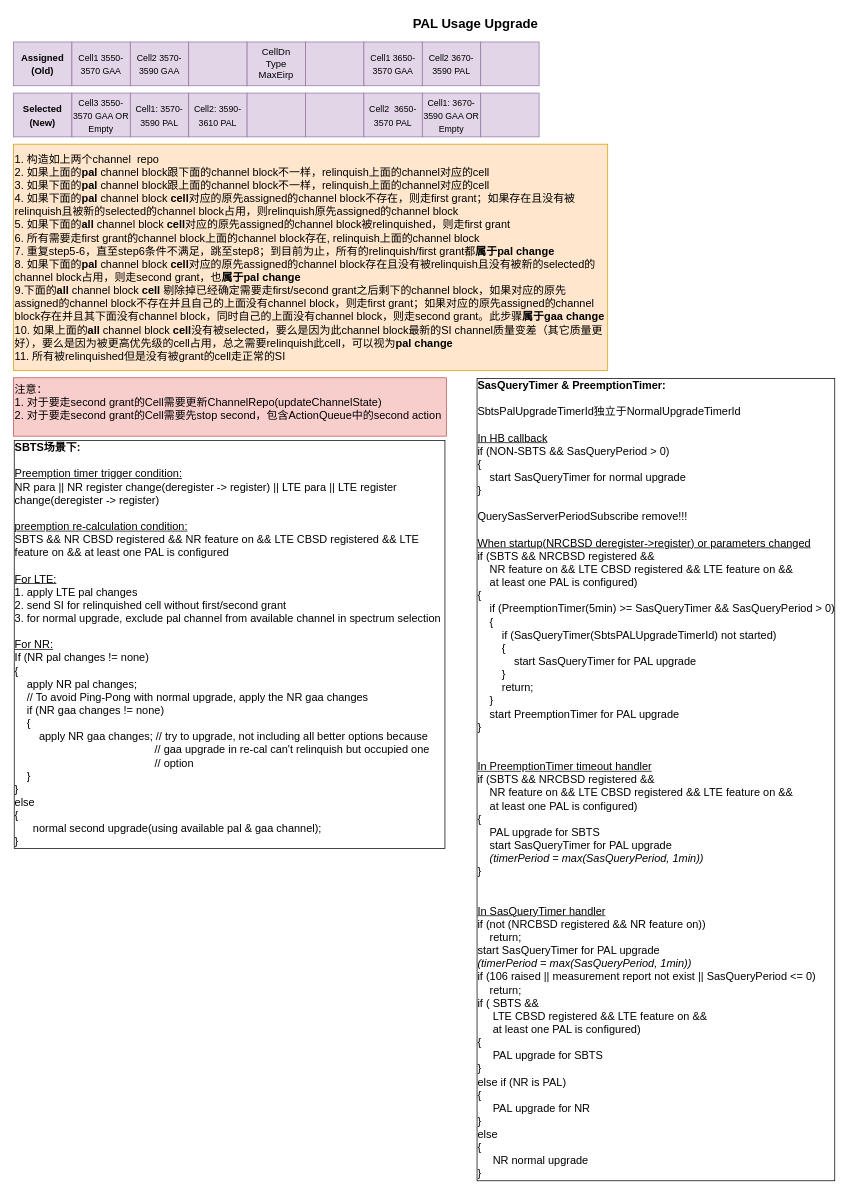
The draw.io diagram Pal_Change_Algorithm.drawio in xdlhzdh/drawio, before the edit. Source tidied: cells renumbered, new cells numbered last; positions are measured from the earlier drawing's top-left corner, leaving out a move shared by most shapes. Both pictures are drawn from the tidied source at 73%, with x=0, y=0 at pixel (12, 12).
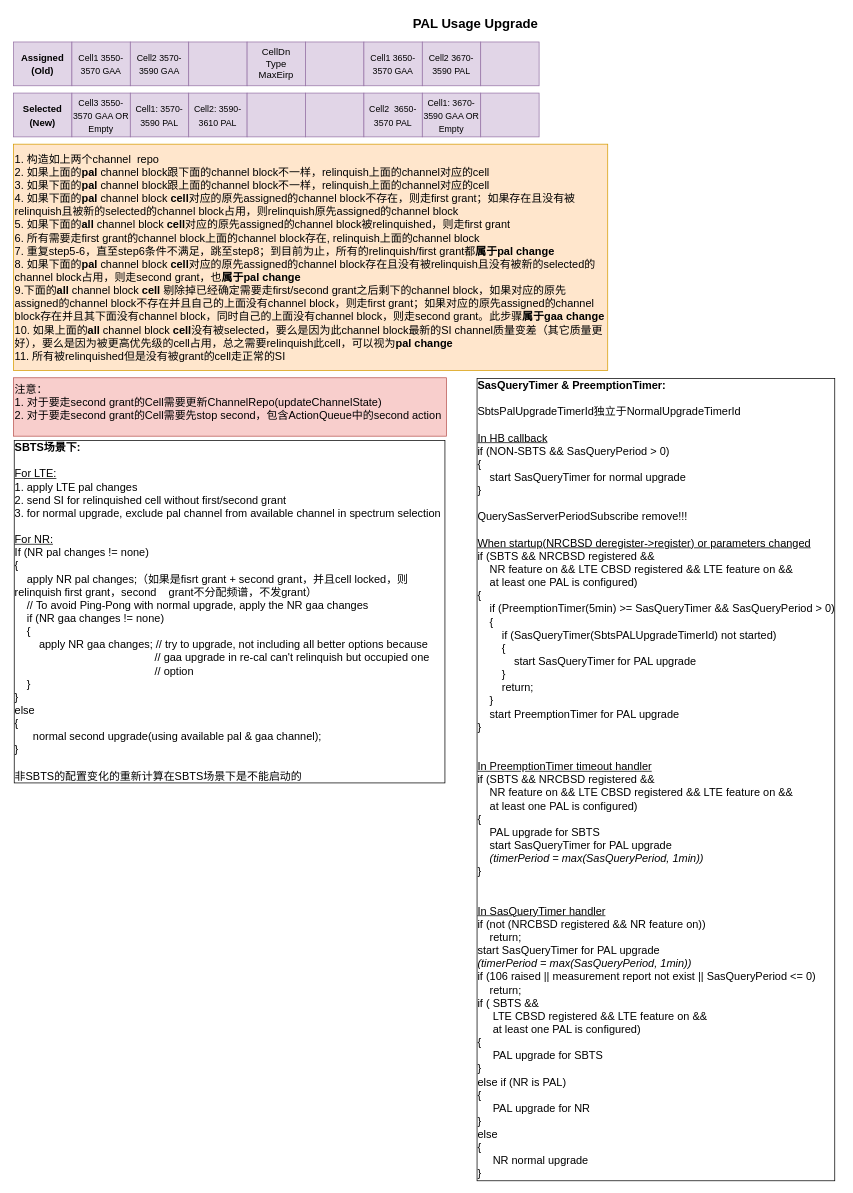
The same diagram, later.

The edit, as a diff of the source:
```diff
@@
-    <mxCell id="23" value="&lt;font style=&quot;font-size: 15px;&quot;&gt;&lt;font style=&quot;font-size: 15px;&quot;&gt;&lt;b style=&quot;&quot;&gt;SBTS场景下:&lt;br&gt;&lt;/b&gt;&lt;br&gt;&lt;u&gt;Preemption timer trigger condition:&lt;/u&gt;&lt;br&gt;NR para || NR register change(deregister -&amp;gt; register) || LTE para || LTE register change(deregister -&amp;gt; register)&lt;br&gt;&lt;br&gt;&lt;u&gt;preemption re-calculation condition:&lt;/u&gt;&lt;br&gt;SBTS &amp;amp;&amp;amp; NR CBSD registered &amp;amp;&amp;amp; NR feature on &amp;amp;&amp;amp; LTE CBSD registered &amp;amp;&amp;amp; LTE feature on &amp;amp;&amp;amp; at least one PAL is configured&lt;br style=&quot;&quot;&gt;&lt;br&gt;&lt;u style=&quot;&quot;&gt;For LTE:&lt;/u&gt;&lt;br style=&quot;&quot;&gt;1. apply LTE pal changes&lt;br style=&quot;&quot;&gt;2. send SI for relinquished cell without first/second grant&lt;br style=&quot;&quot;&gt;3. for normal upgrade, exclude pal channel from available channel in spectrum selection&amp;nbsp;&lt;br style=&quot;&quot;&gt;&lt;br style=&quot;&quot;&gt;&lt;u style=&quot;&quot;&gt;For NR:&lt;/u&gt;&lt;/font&gt;&lt;br style=&quot;&quot;&gt;If (NR pal changes != none)&lt;br style=&quot;&quot;&gt;{&lt;br style=&quot;&quot;&gt;&amp;nbsp; &amp;nbsp; apply NR pal changes;&lt;br&gt;&amp;nbsp; &amp;nbsp; // To avoid Ping-Pong with normal upgrade, apply the&amp;nbsp;NR gaa changes&lt;br style=&quot;&quot;&gt;&amp;nbsp; &amp;nbsp; if (NR gaa changes != none)&lt;br style=&quot;&quot;&gt;&amp;nbsp; &amp;nbsp; {&lt;br style=&quot;&quot;&gt;&amp;nbsp; &amp;nbsp; &amp;nbsp; &amp;nbsp; apply NR gaa changes; // try to upgrade, not including all better options because&amp;nbsp;&lt;br&gt;&amp;nbsp; &amp;nbsp; &amp;nbsp; &amp;nbsp; &amp;nbsp; &amp;nbsp; &amp;nbsp; &amp;nbsp; &amp;nbsp; &amp;nbsp; &amp;nbsp; &amp;nbsp; &amp;nbsp; &amp;nbsp; &amp;nbsp; &amp;nbsp; &amp;nbsp; &amp;nbsp; &amp;nbsp; &amp;nbsp; &amp;nbsp; &amp;nbsp; &amp;nbsp; // gaa upgrade in re-cal can't relinquish but occupied one&amp;nbsp; &amp;nbsp; &amp;nbsp; &amp;nbsp; &amp;nbsp; &amp;nbsp; &amp;nbsp; &amp;nbsp; &amp;nbsp; &amp;nbsp; &amp;nbsp; &amp;nbsp; &amp;nbsp; &amp;nbsp; &amp;nbsp; &amp;nbsp; &amp;nbsp; &amp;nbsp; &amp;nbsp; &amp;nbsp; &amp;nbsp; &amp;nbsp; &amp;nbsp; &amp;nbsp; &amp;nbsp; &amp;nbsp; // option&lt;br style=&quot;&quot;&gt;&amp;nbsp; &amp;nbsp; }&lt;br style=&quot;&quot;&gt;}&lt;br style=&quot;&quot;&gt;else&lt;br style=&quot;&quot;&gt;{&lt;br style=&quot;&quot;&gt;&amp;nbsp; &amp;nbsp; &amp;nbsp; normal second upgrade(using available pal &amp;amp; gaa channel);&lt;br style=&quot;&quot;&gt;}&lt;/font&gt;" style="text;html=1;strokeColor=none;fillColor=none;align=left;verticalAlign=top;whiteSpace=wrap;rounded=0;fontSize=14;fontFamily=Helvetica;labelBorderColor=default;labelBackgroundColor=none;sketch=0;shadow=0;glass=0;" parent="1" vertex="1">
-      <mxGeometry x="-0.5" y="579" width="593" height="580" as="geometry" />
+    <mxCell id="23" value="&lt;font style=&quot;font-size: 15px;&quot;&gt;&lt;font style=&quot;font-size: 15px;&quot;&gt;&lt;b style=&quot;&quot;&gt;SBTS场景下:&lt;/b&gt;&lt;br style=&quot;&quot;&gt;&lt;br&gt;&lt;u style=&quot;&quot;&gt;For LTE:&lt;/u&gt;&lt;br style=&quot;&quot;&gt;1. apply LTE pal changes&lt;br style=&quot;&quot;&gt;2. send SI for relinquished cell without first/second grant&lt;br style=&quot;&quot;&gt;3. for normal upgrade, exclude pal channel from available channel in spectrum selection&amp;nbsp;&lt;br style=&quot;&quot;&gt;&lt;br style=&quot;&quot;&gt;&lt;u style=&quot;&quot;&gt;For NR:&lt;/u&gt;&lt;/font&gt;&lt;br style=&quot;&quot;&gt;If (NR pal changes != none)&lt;br style=&quot;&quot;&gt;{&lt;br style=&quot;&quot;&gt;&amp;nbsp; &amp;nbsp; apply NR pal changes;（如果是fisrt grant + second grant，并且cell locked，则relinquish first grant，second&amp;nbsp; &amp;nbsp; grant不分配频谱，不发grant）&lt;br&gt;&amp;nbsp; &amp;nbsp; // To avoid Ping-Pong with normal upgrade, apply the&amp;nbsp;NR gaa changes&lt;br style=&quot;&quot;&gt;&amp;nbsp; &amp;nbsp; if (NR gaa changes != none)&lt;br style=&quot;&quot;&gt;&amp;nbsp; &amp;nbsp; {&lt;br style=&quot;&quot;&gt;&amp;nbsp; &amp;nbsp; &amp;nbsp; &amp;nbsp; apply NR gaa changes; // try to upgrade, not including all better options because&amp;nbsp;&lt;br&gt;&amp;nbsp; &amp;nbsp; &amp;nbsp; &amp;nbsp; &amp;nbsp; &amp;nbsp; &amp;nbsp; &amp;nbsp; &amp;nbsp; &amp;nbsp; &amp;nbsp; &amp;nbsp; &amp;nbsp; &amp;nbsp; &amp;nbsp; &amp;nbsp; &amp;nbsp; &amp;nbsp; &amp;nbsp; &amp;nbsp; &amp;nbsp; &amp;nbsp; &amp;nbsp; // gaa upgrade in re-cal can't relinquish but occupied one&amp;nbsp; &amp;nbsp; &amp;nbsp; &amp;nbsp; &amp;nbsp; &amp;nbsp; &amp;nbsp; &amp;nbsp; &amp;nbsp; &amp;nbsp; &amp;nbsp; &amp;nbsp; &amp;nbsp; &amp;nbsp; &amp;nbsp; &amp;nbsp; &amp;nbsp; &amp;nbsp; &amp;nbsp; &amp;nbsp; &amp;nbsp; &amp;nbsp; &amp;nbsp; &amp;nbsp; &amp;nbsp; &amp;nbsp; // option&lt;br style=&quot;&quot;&gt;&amp;nbsp; &amp;nbsp; }&lt;br style=&quot;&quot;&gt;}&lt;br style=&quot;&quot;&gt;else&lt;br style=&quot;&quot;&gt;{&lt;br style=&quot;&quot;&gt;&amp;nbsp; &amp;nbsp; &amp;nbsp; normal second upgrade(using available pal &amp;amp; gaa channel);&lt;br style=&quot;&quot;&gt;}&lt;br&gt;&lt;br&gt;非SBTS的配置变化的重新计算在SBTS场景下是不能启动的&lt;br&gt;&lt;/font&gt;" style="text;html=1;strokeColor=none;fillColor=none;align=left;verticalAlign=top;whiteSpace=wrap;rounded=0;fontSize=14;fontFamily=Helvetica;labelBorderColor=default;labelBackgroundColor=none;sketch=0;shadow=0;glass=0;" parent="1" vertex="1">
+      <mxGeometry x="-0.5" y="579" width="593" height="481" as="geometry" />
     </mxCell>
```
